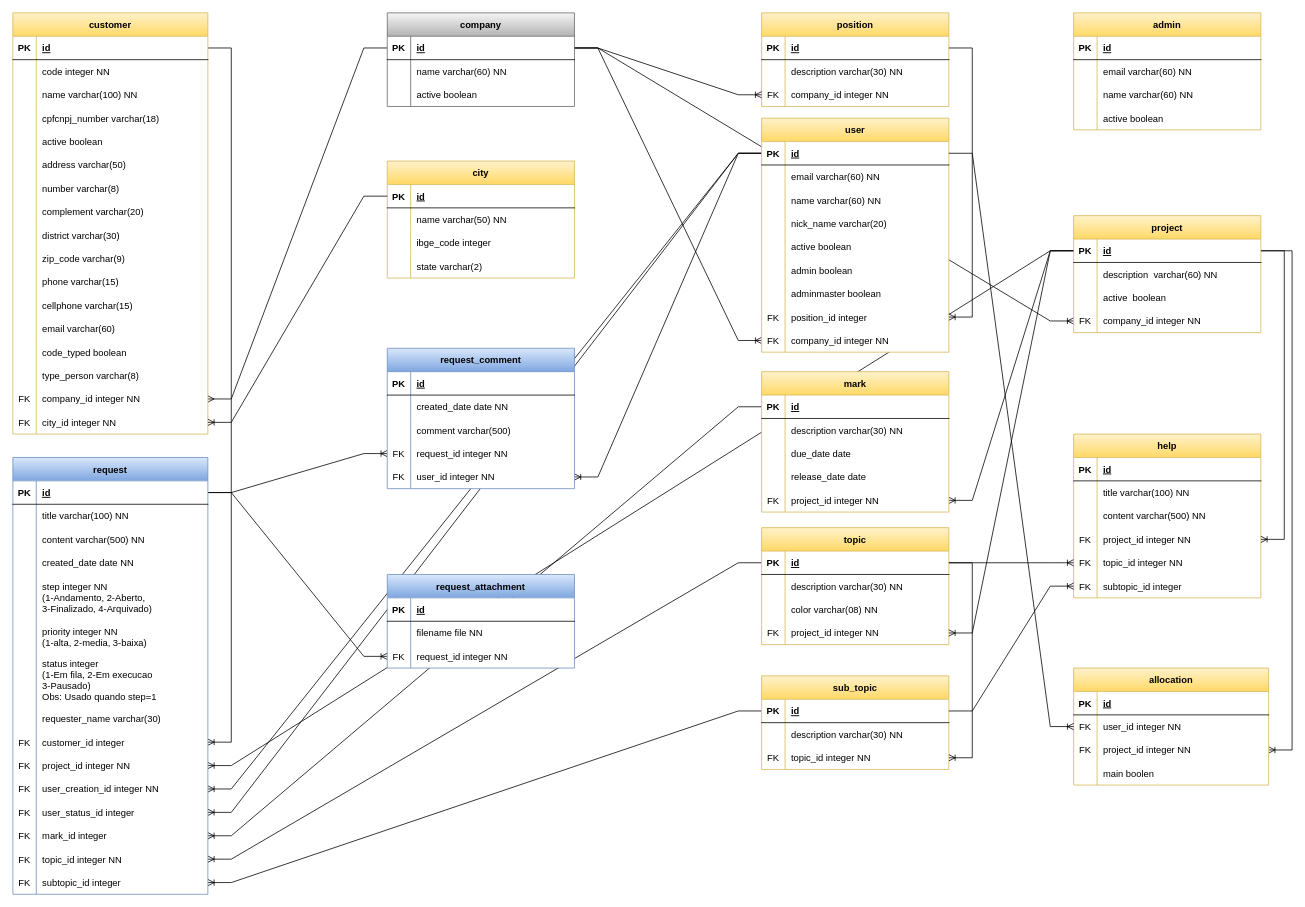
edsoncosta-br/sfhelpdesk keeps this draw.io diagram as lib/docs/Entidades.drawio. Above is the earlier version. Source tidied: cells renumbered, new cells numbered last; positions are measured from the earlier drawing's top-left corner, leaving out a move shared by most shapes. Both pictures are drawn from the tidied source at 78%, with x=0, y=0 at pixel (12, 12).
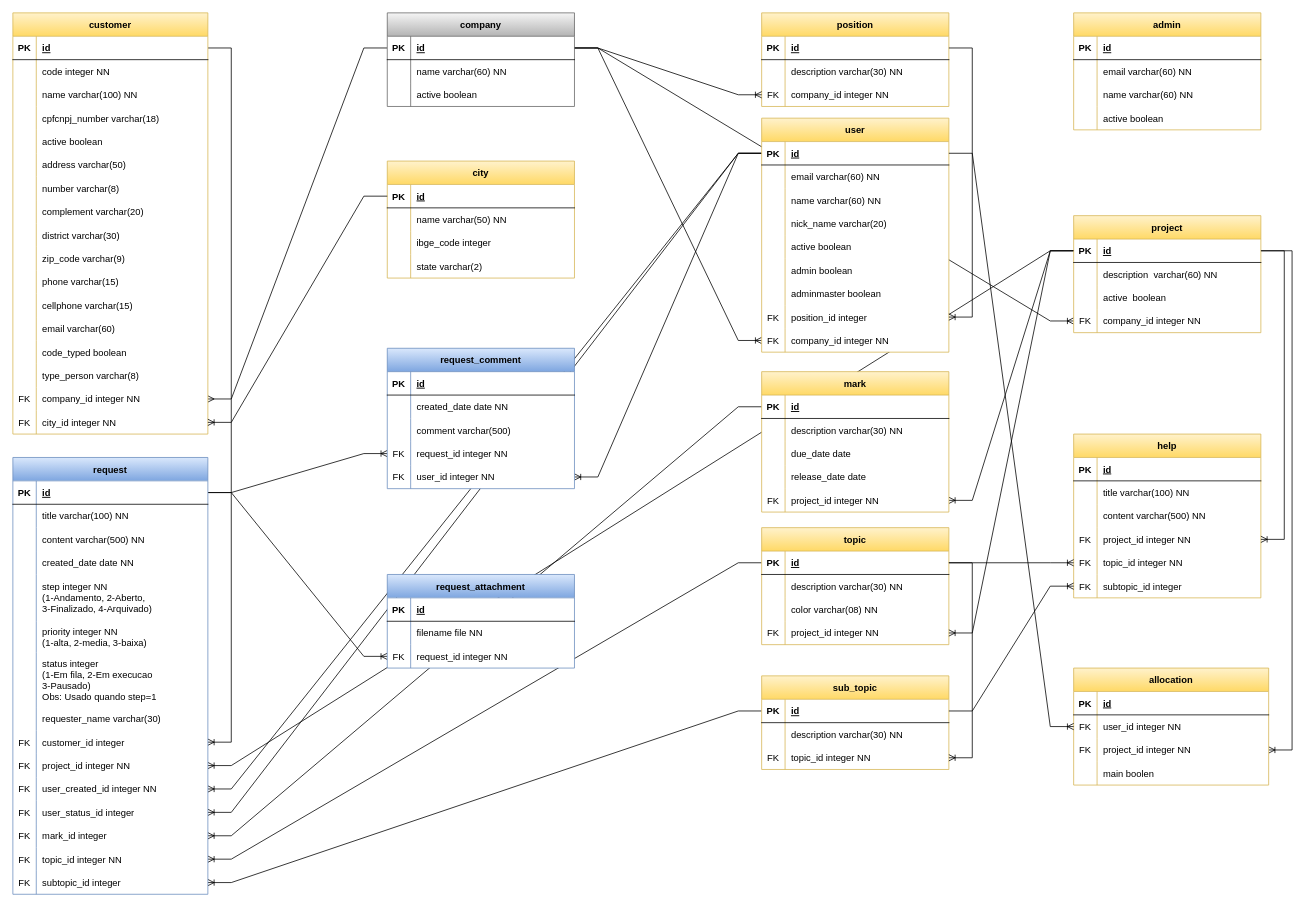
After the change.

The change refers to these unchanged cells:
```xml
<mxCell id="170" style="shape=tableRow;horizontal=0;startSize=0;swimlaneHead=0;swimlaneBody=0;fillColor=none;points=[[0,0.5],[1,0.5]];portConstraint=eastwest;top=0;left=0;right=0;bottom=0;" parent="139" vertex="1">
  <mxGeometry y="410" width="250" height="30" as="geometry" />
</mxCell>
```

Change to the diagram source:
```diff
@@
-    <mxCell id="172" value="user_creation_id integer NN" style="shape=partialRectangle;fillColor=none;top=0;left=0;bottom=0;right=0;align=left;spacingLeft=6;overflow=hidden;" parent="170" vertex="1">
+    <mxCell id="172" value="user_created_id integer NN" style="shape=partialRectangle;fillColor=none;top=0;left=0;bottom=0;right=0;align=left;spacingLeft=6;overflow=hidden;" parent="170" vertex="1">
       <mxGeometry x="30" width="220" height="30" as="geometry" />
     </mxCell>
```
